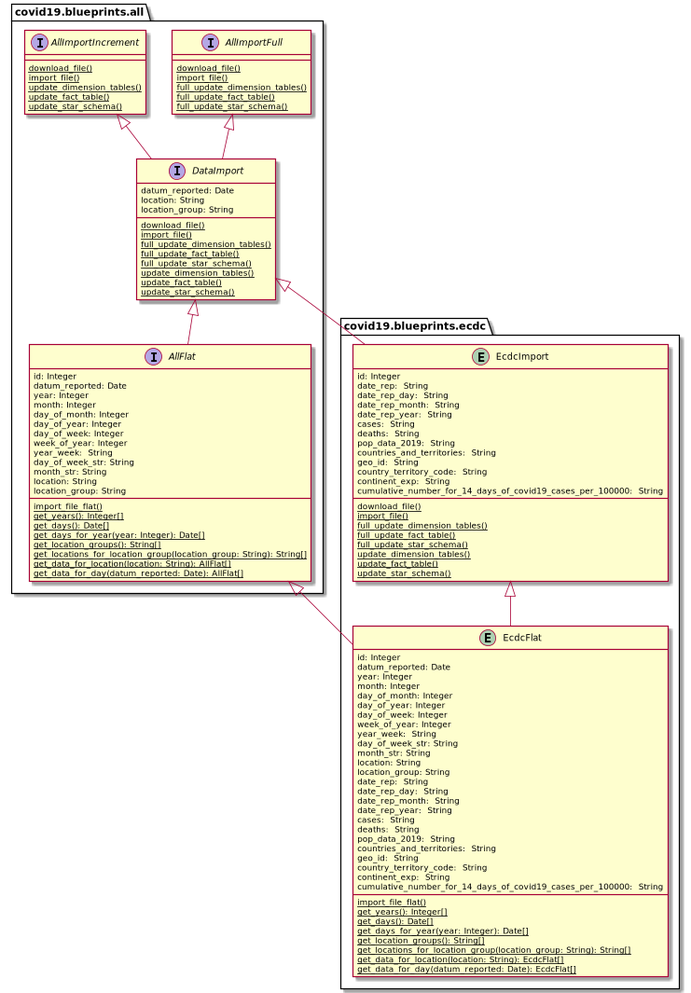
thomaswoehlke/flask_covid19 keeps this PlantUML diagram as docs/uml/data_ecdc/ecdc_domain_model_import.png. Above is the earlier version.
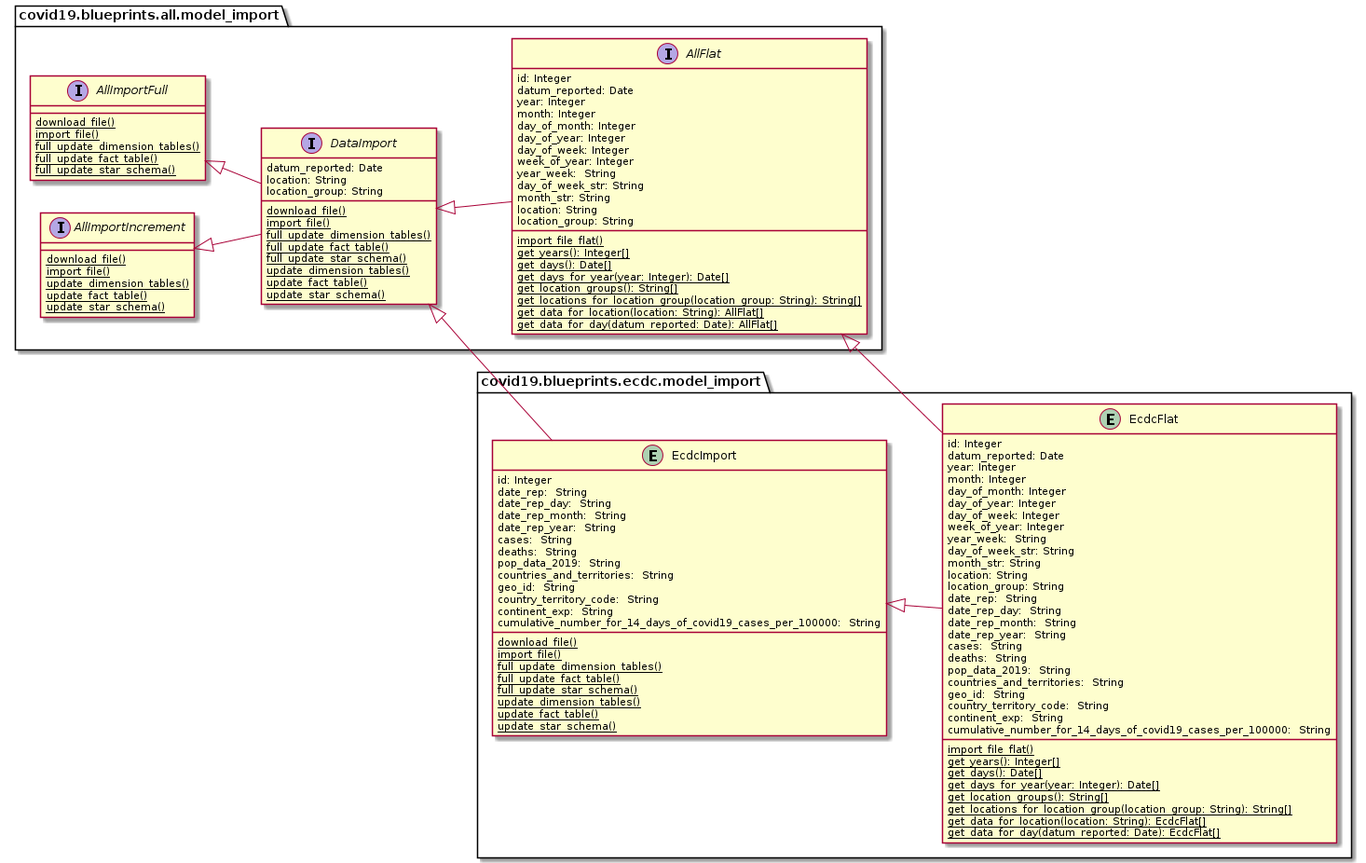
After the change.

What changed in the source:
```diff
@@ -1,6 +1,7 @@
 @startuml
+left to right direction
 
-package covid19.blueprints.all {
+package covid19.blueprints.all.model_import {
 
 	interface AllImportFull {
 		{classifier} download_file()
@@ -58,7 +59,7 @@
 
 }
 
-package covid19.blueprints.ecdc {
+package covid19.blueprints.ecdc.model_import {
 
 	entity EcdcImport {
 	    id: Integer
@@ -121,10 +122,13 @@
 	}
 
 }
+
 AllImportFull <|-- DataImport
 AllImportIncrement <|-- DataImport
 DataImport <|-- AllFlat
 DataImport <|-- EcdcImport
 AllFlat <|-- EcdcFlat
 EcdcImport <|-- EcdcFlat
+
+
 @enduml
```
